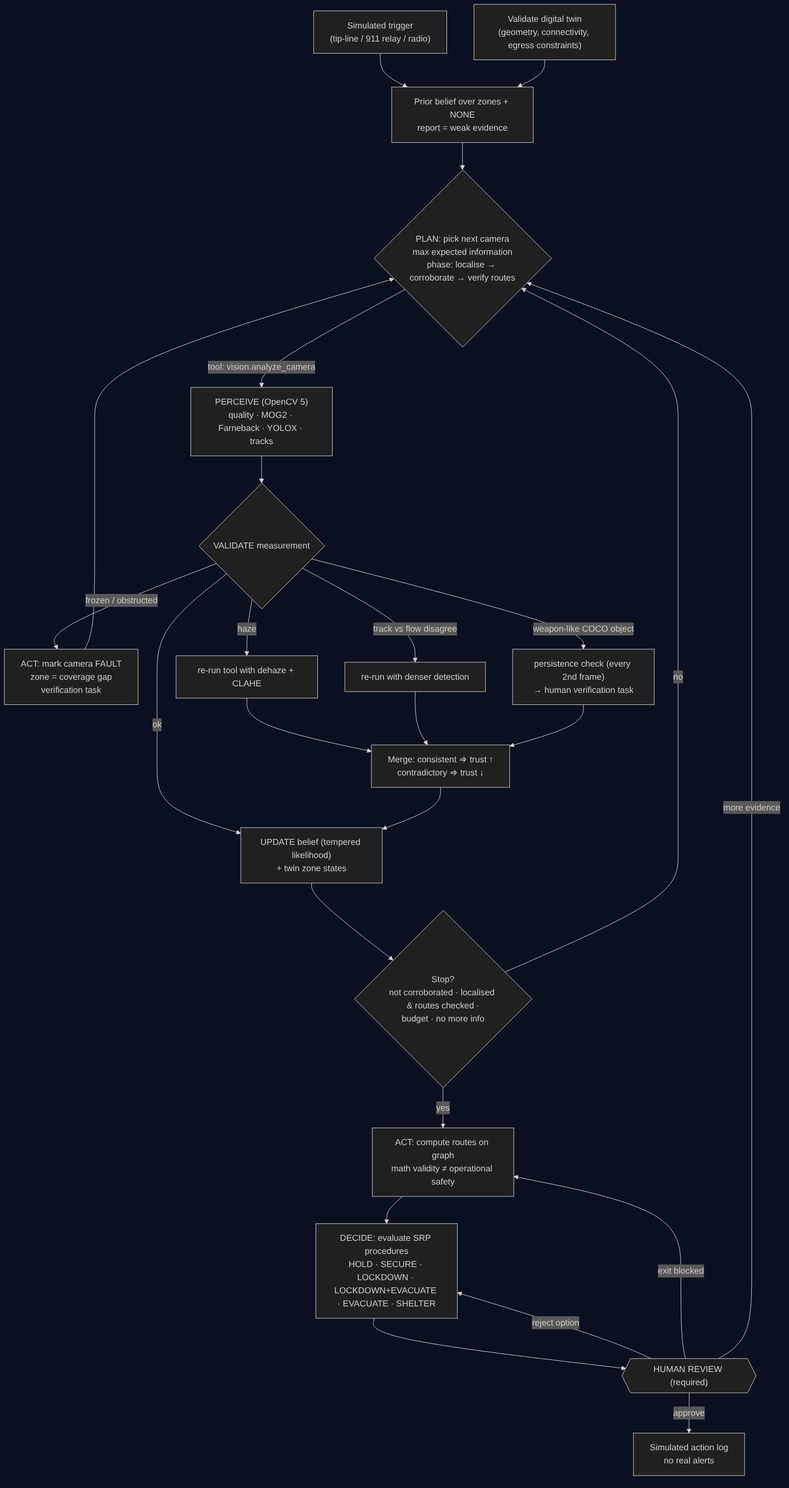
This is docs/diagrams/agent_workflow.png from chiragdeshmukh91/OpenCV5-Project, a Mermaid export, as it was before one commit. Its source is kept beside it as docs/diagrams/agent_workflow.mmd.
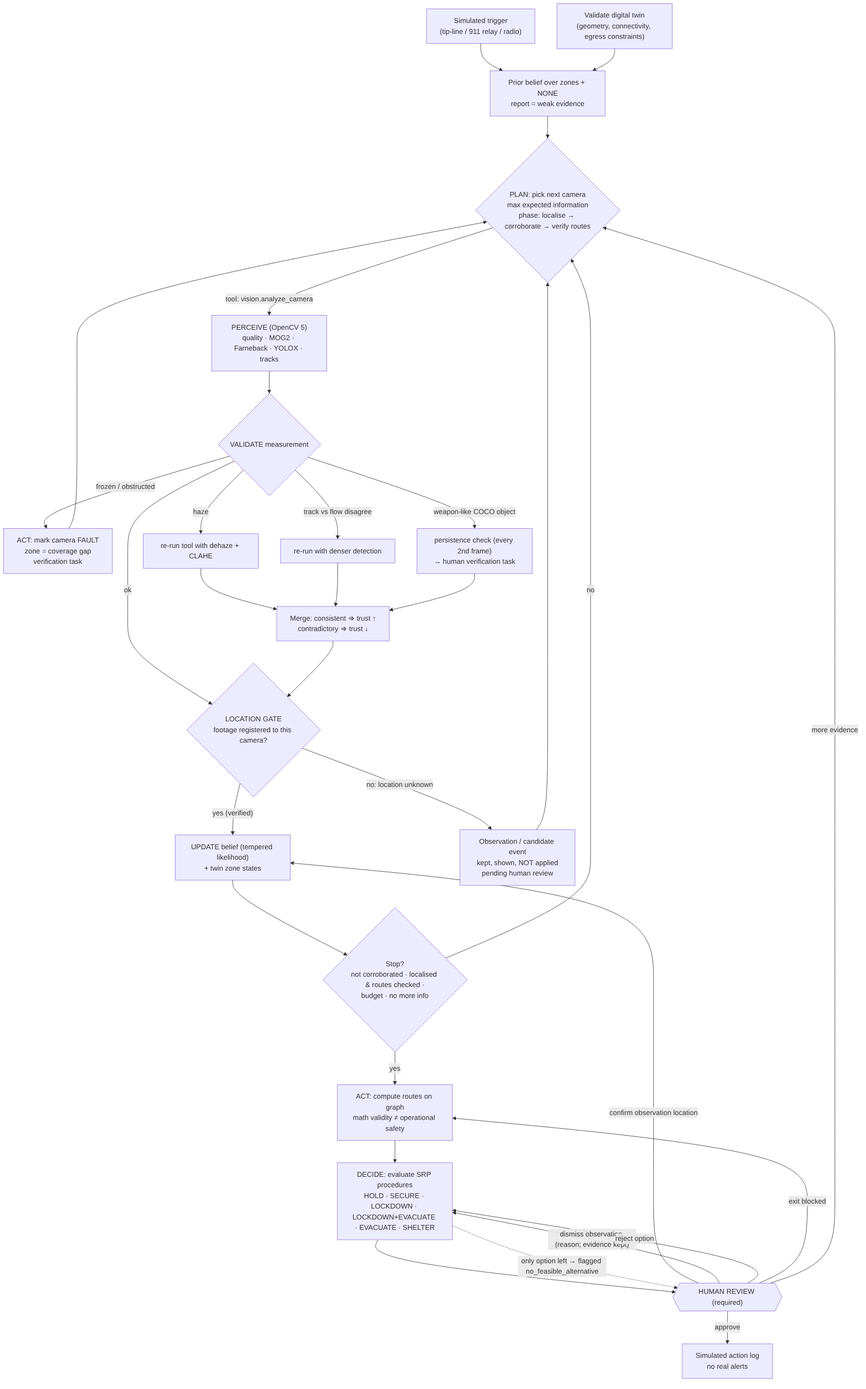
Later version of the same file.

The edit, as a diff of the source:
```diff
@@ -9,15 +9,21 @@
   Q -- "track vs flow disagree" --> R2["re-run with denser detection"]
   Q -- "weapon-like COCO object" --> R3["persistence check (every 2nd frame)<br/>→ human verification task"]
   R1 & R2 & R3 --> M["Merge: consistent ⇒ trust ↑<br/>contradictory ⇒ trust ↓"]
-  Q -- "ok" --> U
-  M --> U["UPDATE belief (tempered likelihood)<br/>+ twin zone states"]
+  Q -- "ok" --> L
+  M --> L{"LOCATION GATE<br/>footage registered to this camera?"}
+  L -- "yes (verified)" --> U["UPDATE belief (tempered likelihood)<br/>+ twin zone states"]
+  L -- "no: location unknown" --> PEND["Observation / candidate event<br/>kept, shown, NOT applied<br/>pending human review"]
+  PEND --> PLAN
   F --> PLAN
   U --> S{"Stop?<br/>not corroborated · localised & routes checked ·<br/>budget · no more info"}
   S -- no --> PLAN
   S -- yes --> RT["ACT: compute routes on graph<br/>math validity ≠ operational safety"]
   RT --> OPT["DECIDE: evaluate SRP procedures<br/>HOLD · SECURE · LOCKDOWN · LOCKDOWN+EVACUATE · EVACUATE · SHELTER"]
   OPT --> HR{{"HUMAN REVIEW (required)"}}
+  HR -- "confirm observation location" --> U
+  HR -- "dismiss observation (reason; evidence kept)" --> OPT
   HR -- approve --> LOG["Simulated action log<br/>no real alerts"]
-  HR -- reject option --> OPT
+  HR -- "reject option" --> OPT
+  OPT -. "only option left → flagged no_feasible_alternative" .-> HR
   HR -- "exit blocked" --> RT
   HR -- "more evidence" --> PLAN
```
